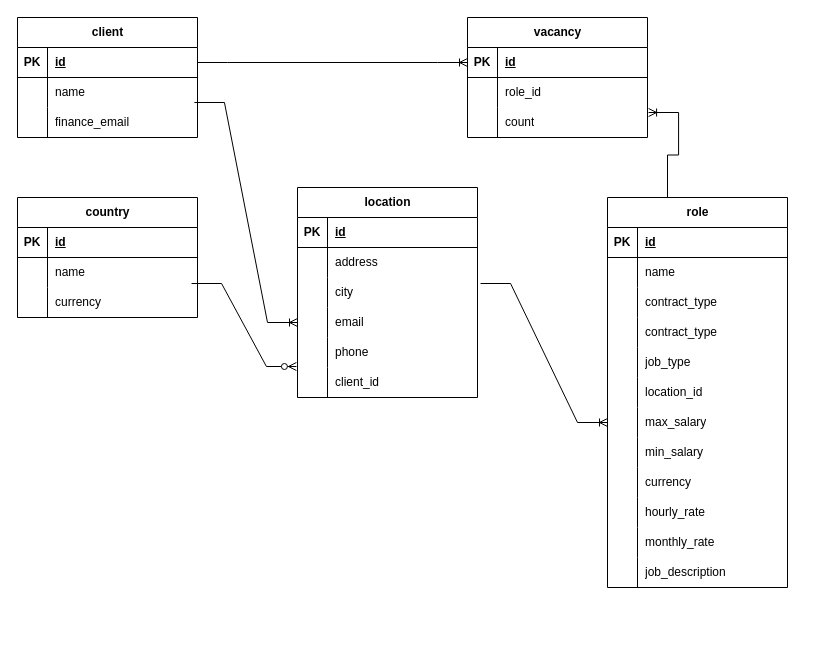
Earlier version of the draw.io diagram ER.drawio (peguses/education). Source tidied: cells renumbered, new cells numbered last; positions are measured from the earlier drawing's top-left corner, leaving out a move shared by most shapes. Both pictures are drawn from the tidied source at 100%, with x=0, y=0 at pixel (17, 17).
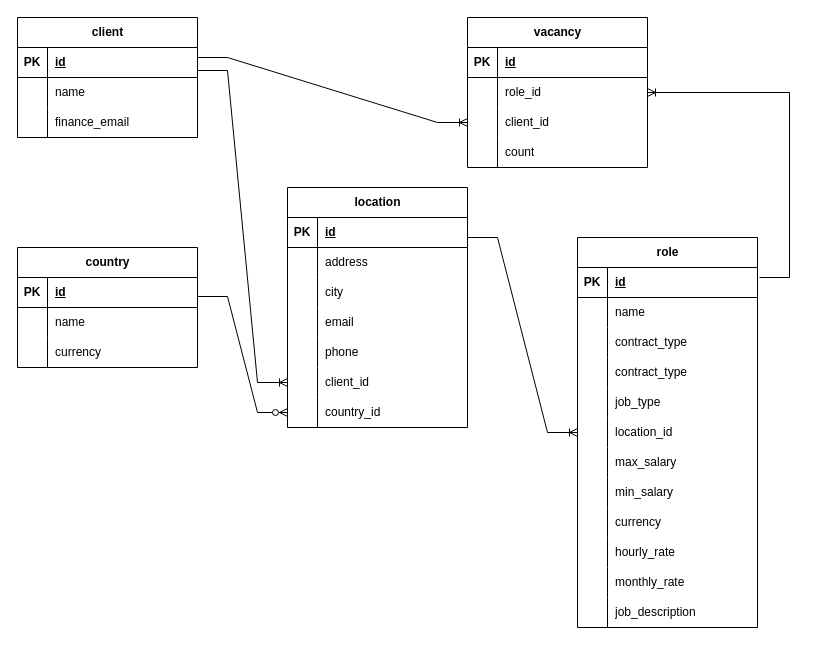
After the change.

The change refers to these unchanged cells:
```xml
<mxCell id="3" style="shape=tableRow;horizontal=0;startSize=0;swimlaneHead=0;swimlaneBody=0;fillColor=none;points=[[0,0.5],[1,0.5]];portConstraint=eastwest;top=0;left=0;right=0;bottom=1;" parent="2" vertex="1">
  <mxGeometry y="30" width="180" height="30" as="geometry" />
</mxCell>
<mxCell id="6" style="shape=tableRow;horizontal=0;startSize=0;swimlaneHead=0;swimlaneBody=0;fillColor=none;points=[[0,0.5],[1,0.5]];portConstraint=eastwest;top=0;left=0;right=0;bottom=0;" parent="2" vertex="1">
  <mxGeometry y="60" width="180" height="30" as="geometry" />
</mxCell>
<mxCell id="16" style="shape=tableRow;horizontal=0;startSize=0;swimlaneHead=0;swimlaneBody=0;fillColor=none;points=[[0,0.5],[1,0.5]];portConstraint=eastwest;top=0;left=0;right=0;bottom=0;" parent="12" vertex="1">
  <mxGeometry y="60" width="180" height="30" as="geometry" />
</mxCell>
<mxCell id="23" style="shape=tableRow;horizontal=0;startSize=0;swimlaneHead=0;swimlaneBody=0;fillColor=none;points=[[0,0.5],[1,0.5]];portConstraint=eastwest;top=0;left=0;right=0;bottom=1;" parent="22" vertex="1">
  <mxGeometry y="30" width="180" height="30" as="geometry" />
</mxCell>
<mxCell id="26" style="shape=tableRow;horizontal=0;startSize=0;swimlaneHead=0;swimlaneBody=0;fillColor=none;points=[[0,0.5],[1,0.5]];portConstraint=eastwest;top=0;left=0;right=0;bottom=0;" parent="22" vertex="1">
  <mxGeometry y="60" width="180" height="30" as="geometry" />
</mxCell>
<mxCell id="29" style="shape=tableRow;horizontal=0;startSize=0;swimlaneHead=0;swimlaneBody=0;fillColor=none;points=[[0,0.5],[1,0.5]];portConstraint=eastwest;top=0;left=0;right=0;bottom=0;" parent="22" vertex="1">
  <mxGeometry y="90" width="180" height="30" as="geometry" />
</mxCell>
<mxCell id="48" style="shape=tableRow;horizontal=0;startSize=0;swimlaneHead=0;swimlaneBody=0;fillColor=none;points=[[0,0.5],[1,0.5]];portConstraint=eastwest;top=0;left=0;right=0;bottom=0;" parent="32" vertex="1">
  <mxGeometry y="180" width="180" height="30" as="geometry" />
</mxCell>
<mxCell id="51" style="shape=tableRow;horizontal=0;startSize=0;swimlaneHead=0;swimlaneBody=0;fillColor=none;points=[[0,0.5],[1,0.5]];portConstraint=eastwest;top=0;left=0;right=0;bottom=0;" parent="32" vertex="1">
  <mxGeometry y="210" width="180" height="30" as="geometry" />
</mxCell>
<mxCell id="76" style="shape=tableRow;horizontal=0;startSize=0;swimlaneHead=0;swimlaneBody=0;fillColor=none;points=[[0,0.5],[1,0.5]];portConstraint=eastwest;top=0;left=0;right=0;bottom=0;" parent="69" vertex="1">
  <mxGeometry y="90" width="180" height="30" as="geometry" />
</mxCell>
<mxCell id="79" style="shape=tableRow;horizontal=0;startSize=0;swimlaneHead=0;swimlaneBody=0;fillColor=none;points=[[0,0.5],[1,0.5]];portConstraint=eastwest;top=0;left=0;right=0;bottom=0;" parent="69" vertex="1">
  <mxGeometry y="120" width="180" height="30" as="geometry" />
</mxCell>
<mxCell id="85" style="shape=tableRow;horizontal=0;startSize=0;swimlaneHead=0;swimlaneBody=0;fillColor=none;points=[[0,0.5],[1,0.5]];portConstraint=eastwest;top=0;left=0;right=0;bottom=0;" parent="69" vertex="1">
  <mxGeometry y="180" width="180" height="30" as="geometry" />
</mxCell>
```

Change to the diagram source:
```diff
@@
     <mxCell id="12" value="country" style="shape=table;startSize=30;childLayout=tableLayout;rowLines=0;fontStyle=1;align=center;html=1;" parent="1" vertex="1">
-      <mxGeometry y="180" width="180" height="120" as="geometry" />
+      <mxGeometry y="230" width="180" height="120" as="geometry" />
     </mxCell>
@@
     <mxCell id="22" value="vacancy" style="shape=table;startSize=30;childLayout=tableLayout;rowLines=0;fontStyle=1;align=center;html=1;" parent="1" vertex="1">
-      <mxGeometry x="450" width="180" height="120" as="geometry" />
+      <mxGeometry x="450" width="180" height="150" as="geometry" />
     </mxCell>
@@
-    <mxCell id="31" value="count" style="shape=partialRectangle;fillColor=none;top=0;left=0;bottom=0;right=0;align=left;spacingLeft=6;overflow=hidden;whiteSpace=wrap;html=1;" parent="29" vertex="1">
+    <mxCell id="31" value="client_id" style="shape=partialRectangle;fillColor=none;top=0;left=0;bottom=0;right=0;align=left;spacingLeft=6;overflow=hidden;whiteSpace=wrap;html=1;" parent="29" vertex="1">
       <mxGeometry x="30" width="150" height="30" as="geometry" />
     </mxCell>
+    <mxCell id="93" style="shape=tableRow;horizontal=0;startSize=0;swimlaneHead=0;swimlaneBody=0;fillColor=none;top=0;left=0;right=0;bottom=0;" parent="22" vertex="1">
+      <mxGeometry y="120" width="180" height="30" as="geometry" />
+    </mxCell>
+    <mxCell id="94" style="shape=partialRectangle;fillColor=none;top=0;left=0;bottom=0;right=0;overflow=hidden;whiteSpace=wrap;html=1;" parent="93" vertex="1">
+      <mxGeometry width="30" height="30" as="geometry" />
+    </mxCell>
+    <mxCell id="95" value="count" style="shape=partialRectangle;fillColor=none;top=0;left=0;bottom=0;right=0;align=left;spacingLeft=6;overflow=hidden;whiteSpace=wrap;html=1;" parent="93" vertex="1">
+      <mxGeometry x="30" width="150" height="30" as="geometry" />
+    </mxCell>
     <mxCell id="32" value="role" style="shape=table;startSize=30;childLayout=tableLayout;rowLines=0;fontStyle=1;align=center;html=1;" parent="1" vertex="1">
-      <mxGeometry x="590" y="180" width="180" height="390" as="geometry" />
+      <mxGeometry x="560" y="220" width="180" height="390" as="geometry" />
     </mxCell>
@@
     <mxCell id="69" value="location" style="shape=table;startSize=30;childLayout=tableLayout;rowLines=0;fontStyle=1;align=center;html=1;" parent="1" vertex="1">
-      <mxGeometry x="280" y="170" width="180" height="210" as="geometry" />
+      <mxGeometry x="270" y="170" width="180" height="240" as="geometry" />
     </mxCell>
@@
+    <mxCell id="96" style="shape=tableRow;horizontal=0;startSize=0;swimlaneHead=0;swimlaneBody=0;fillColor=none;points=[[0,0.5],[1,0.5]];portConstraint=eastwest;top=0;left=0;right=0;bottom=0;" parent="69" vertex="1">
+      <mxGeometry y="210" width="180" height="30" as="geometry" />
+    </mxCell>
+    <mxCell id="97" style="shape=partialRectangle;fillColor=none;top=0;left=0;bottom=0;right=0;overflow=hidden;whiteSpace=wrap;html=1;" parent="96" vertex="1">
+      <mxGeometry width="30" height="30" as="geometry" />
+    </mxCell>
+    <mxCell id="98" value="country_id" style="shape=partialRectangle;fillColor=none;top=0;left=0;bottom=0;right=0;align=left;spacingLeft=6;overflow=hidden;whiteSpace=wrap;html=1;" parent="96" vertex="1">
+      <mxGeometry x="30" width="150" height="30" as="geometry" />
+    </mxCell>
-    <mxCell id="88" style="edgeStyle=entityRelationEdgeStyle;fontSize=12;html=1;endArrow=ERzeroToMany;endFill=1;rounded=0;exitX=0.967;exitY=0.867;exitDx=0;exitDy=0;entryX=-0.006;entryY=-0.033;entryDx=0;entryDy=0;entryPerimeter=0;exitPerimeter=0;" parent="1" edge="1" source="16" target="85">
-      <mxGeometry relative="1" as="geometry" />
+    <mxCell id="88" style="edgeStyle=entityRelationEdgeStyle;fontSize=12;html=1;endArrow=ERzeroToMany;endFill=1;rounded=0;exitX=1;exitY=0.5;exitDx=0;exitDy=0;entryX=0;entryY=0.5;entryDx=0;entryDy=0;" parent="1" edge="1" target="96">
+      <mxGeometry relative="1" as="geometry">
+        <mxPoint x="180" y="279" as="sourcePoint" />
+      </mxGeometry>
     </mxCell>
-    <mxCell id="89" style="edgeStyle=entityRelationEdgeStyle;fontSize=12;html=1;endArrow=ERoneToMany;rounded=0;exitX=1.017;exitY=0.2;exitDx=0;exitDy=0;exitPerimeter=0;entryX=0;entryY=0.5;entryDx=0;entryDy=0;" parent="1" edge="1" source="76" target="51">
-      <mxGeometry relative="1" as="geometry" />
+    <mxCell id="89" style="edgeStyle=entityRelationEdgeStyle;fontSize=12;html=1;endArrow=ERoneToMany;rounded=0;exitX=1.017;exitY=0.2;exitDx=0;exitDy=0;exitPerimeter=0;" parent="1" edge="1" target="48">
+      <mxGeometry relative="1" as="geometry">
+        <mxPoint x="450" y="220" as="sourcePoint" />
+      </mxGeometry>
     </mxCell>
-    <mxCell id="90" style="edgeStyle=entityRelationEdgeStyle;fontSize=12;html=1;endArrow=ERoneToMany;rounded=0;exitX=0.983;exitY=0.833;exitDx=0;exitDy=0;exitPerimeter=0;entryX=0;entryY=0.5;entryDx=0;entryDy=0;" parent="1" edge="1" source="6" target="79">
-      <mxGeometry relative="1" as="geometry" />
+    <mxCell id="90" style="edgeStyle=entityRelationEdgeStyle;fontSize=12;html=1;endArrow=ERoneToMany;rounded=0;exitX=0.983;exitY=0.833;exitDx=0;exitDy=0;exitPerimeter=0;entryX=0;entryY=0.5;entryDx=0;entryDy=0;" parent="1" edge="1" target="85">
+      <mxGeometry relative="1" as="geometry">
+        <mxPoint x="180" y="53" as="sourcePoint" />
+      </mxGeometry>
     </mxCell>
-    <mxCell id="91" style="edgeStyle=entityRelationEdgeStyle;fontSize=12;html=1;endArrow=ERoneToMany;rounded=0;entryX=1.006;entryY=0.167;entryDx=0;entryDy=0;entryPerimeter=0;exitX=0.5;exitY=0;exitDx=0;exitDy=0;" parent="1" edge="1" source="32" target="29">
-      <mxGeometry relative="1" as="geometry" />
+    <mxCell id="91" style="edgeStyle=entityRelationEdgeStyle;fontSize=12;html=1;endArrow=ERoneToMany;rounded=0;entryX=1;entryY=0.5;entryDx=0;entryDy=0;" parent="1" edge="1" target="26">
+      <mxGeometry relative="1" as="geometry">
+        <mxPoint x="742" y="260" as="sourcePoint" />
+        <Array as="points">
+          <mxPoint x="653" y="170" />
+          <mxPoint x="632" y="140" />
+          <mxPoint x="662" y="180" />
+          <mxPoint x="642" y="120" />
+        </Array>
+      </mxGeometry>
     </mxCell>
-    <mxCell id="92" style="edgeStyle=entityRelationEdgeStyle;fontSize=12;html=1;endArrow=ERoneToMany;rounded=0;exitX=1;exitY=0.5;exitDx=0;exitDy=0;entryX=0;entryY=0.5;entryDx=0;entryDy=0;" parent="1" edge="1" source="3" target="23">
-      <mxGeometry relative="1" as="geometry" />
+    <mxCell id="92" style="edgeStyle=entityRelationEdgeStyle;fontSize=12;html=1;endArrow=ERoneToMany;rounded=0;exitX=1;exitY=0.5;exitDx=0;exitDy=0;entryX=0;entryY=0.5;entryDx=0;entryDy=0;" parent="1" edge="1" target="29">
+      <mxGeometry relative="1" as="geometry">
+        <mxPoint x="180" y="40" as="sourcePoint" />
+        <Array as="points">
+          <mxPoint x="290" y="30" />
+          <mxPoint x="340" y="20" />
+        </Array>
+      </mxGeometry>
     </mxCell>
```
